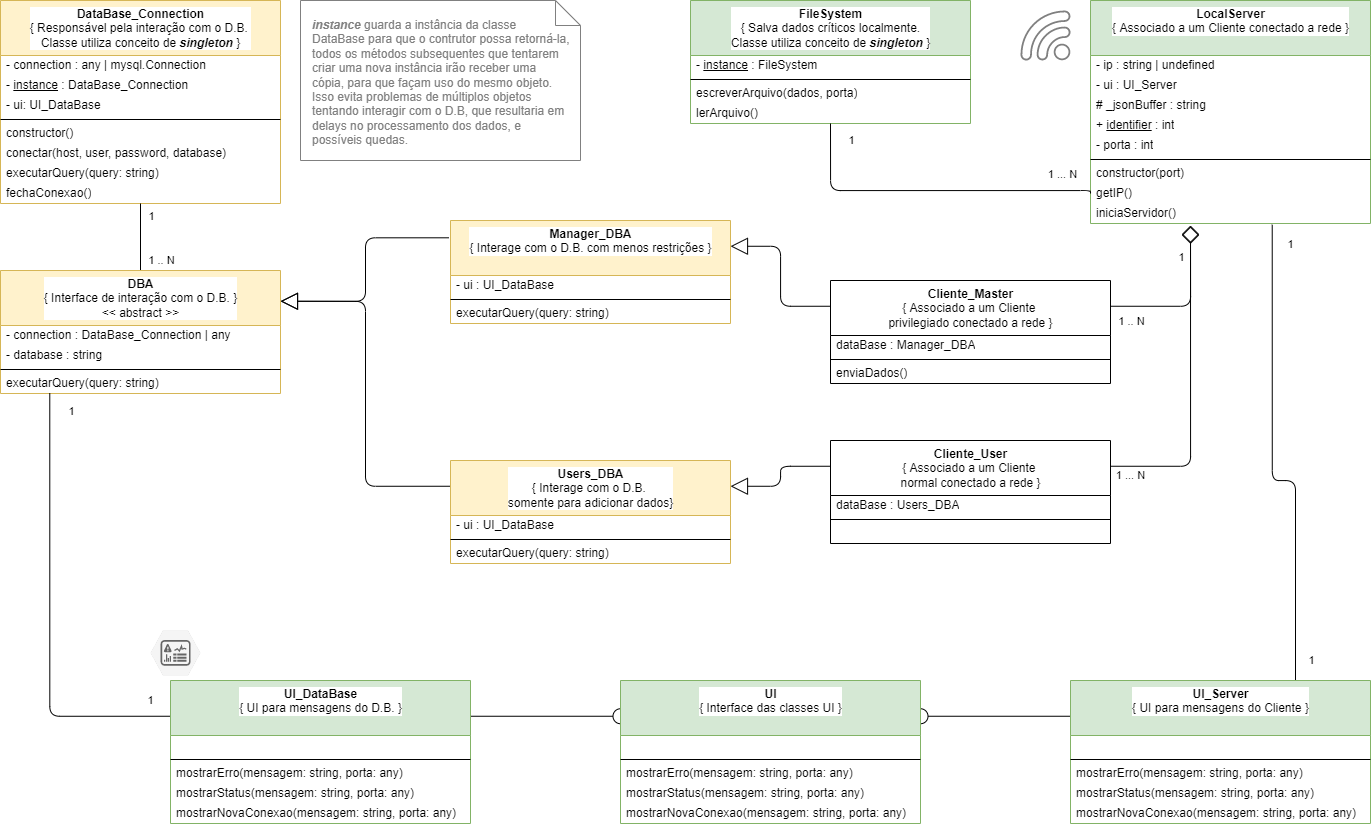
Before: media/MKSENSE.drawio.png, a diagram exported from draw.io (DIEGOVZK/MKSENSE). Source tidied: cells renumbered, new cells last; positions are measured from the earlier drawing's top-left corner, leaving out a move shared by most shapes.
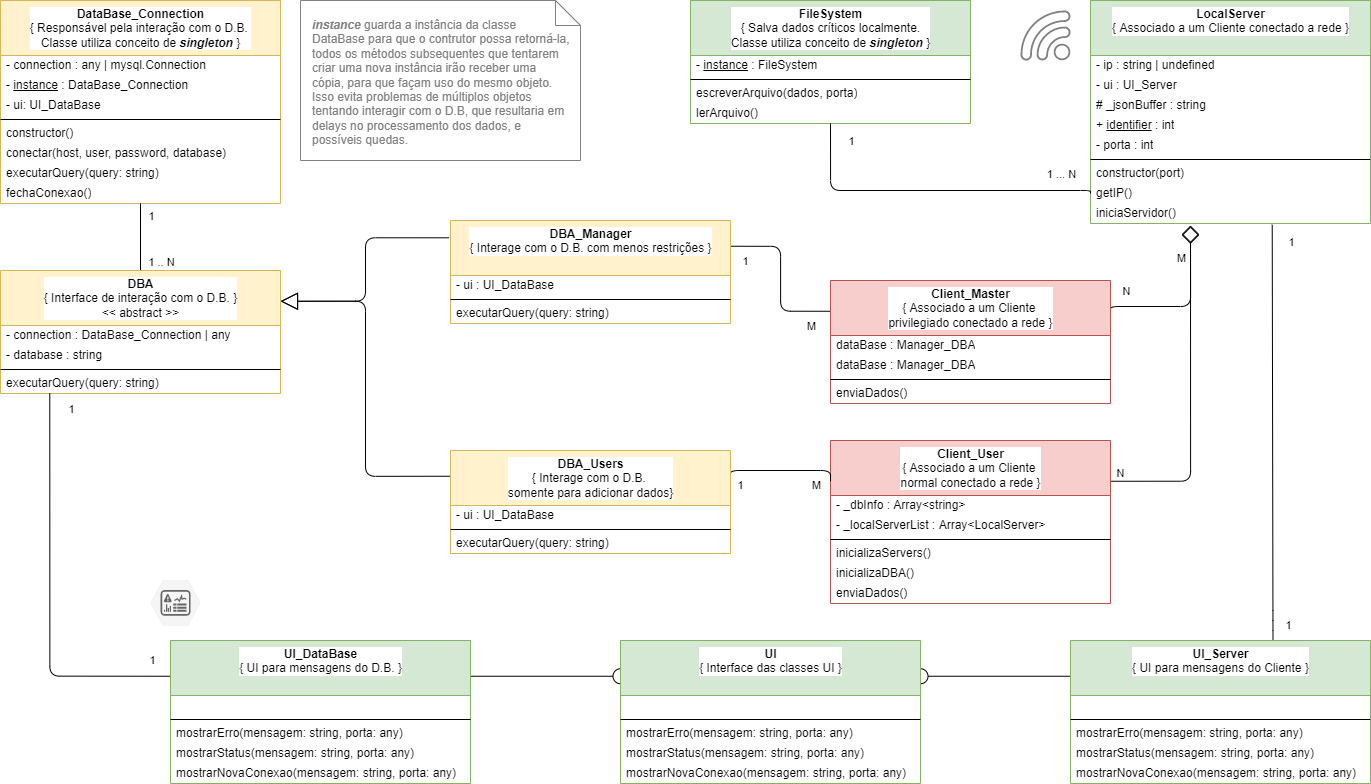
After the change.

Diff of the diagram source:
```diff
@@ -98,18 +98,27 @@
         <mxPoint x="1190" y="225" as="targetPoint" />
       </mxGeometry>
     </mxCell>
-    <mxCell id="32" value="&lt;b&gt;Cliente_User&lt;br&gt;&lt;/b&gt;{ Associado a um Cliente &lt;br&gt;normal conectado a rede }" style="swimlane;fontStyle=0;align=center;verticalAlign=top;horizontal=1;startSize=55;html=1;labelBackgroundColor=#FFFFFF;labelBorderColor=none;" parent="1" vertex="1">
-      <mxGeometry x="830" y="440" width="280" height="103" as="geometry" />
+    <mxCell id="32" value="&lt;b&gt;Client_User&lt;br&gt;&lt;/b&gt;{ Associado a um Cliente &lt;br&gt;normal conectado a rede }" style="swimlane;fontStyle=0;align=center;verticalAlign=top;horizontal=1;startSize=55;html=1;labelBackgroundColor=#FFFFFF;labelBorderColor=none;fillColor=#f8cecc;strokeColor=#b85450;" parent="1" vertex="1">
+      <mxGeometry x="830" y="440" width="280" height="163" as="geometry" />
     </mxCell>
-    <mxCell id="33" value="dataBase : Users_DBA" style="text;html=1;strokeColor=none;fillColor=none;align=left;verticalAlign=middle;spacingLeft=4;spacingRight=4;overflow=hidden;labelBackgroundColor=#FFFFFF;labelBorderColor=none;" parent="32" vertex="1">
+    <mxCell id="33" value="- _dbInfo : Array&amp;lt;string&amp;gt;" style="text;html=1;strokeColor=none;fillColor=none;align=left;verticalAlign=middle;spacingLeft=4;spacingRight=4;overflow=hidden;labelBackgroundColor=#FFFFFF;labelBorderColor=none;" parent="32" vertex="1">
       <mxGeometry y="55" width="280" height="20" as="geometry" />
     </mxCell>
+    <mxCell id="91" value="- _localServerList : Array&amp;lt;LocalServer&amp;gt;" style="text;html=1;strokeColor=none;fillColor=none;align=left;verticalAlign=middle;spacingLeft=4;spacingRight=4;overflow=hidden;labelBackgroundColor=#FFFFFF;labelBorderColor=none;" parent="32" vertex="1">
+      <mxGeometry y="75" width="280" height="20" as="geometry" />
+    </mxCell>
     <mxCell id="34" style="line;strokeWidth=1;fillColor=none;align=left;verticalAlign=middle;spacingTop=-1;spacingLeft=3;spacingRight=3;labelPosition=right;labelBackgroundColor=#FFFFFF;labelBorderColor=none;" parent="32" vertex="1">
-      <mxGeometry y="75" width="280" height="8" as="geometry" />
+      <mxGeometry y="95" width="280" height="8" as="geometry" />
     </mxCell>
+    <mxCell id="92" value="inicializaServers()" style="text;html=1;strokeColor=none;fillColor=none;align=left;verticalAlign=middle;spacingLeft=4;spacingRight=4;overflow=hidden;labelBackgroundColor=#FFFFFF;labelBorderColor=none;" parent="32" vertex="1">
+      <mxGeometry y="103" width="280" height="20" as="geometry" />
+    </mxCell>
-    <mxCell id="35" value="&amp;nbsp;" style="text;html=1;strokeColor=none;fillColor=none;align=left;verticalAlign=middle;spacingLeft=4;spacingRight=4;overflow=hidden;labelBackgroundColor=#FFFFFF;labelBorderColor=none;" parent="32" vertex="1">
-      <mxGeometry y="83" width="280" height="20" as="geometry" />
+    <mxCell id="35" value="inicializaDBA()" style="text;html=1;strokeColor=none;fillColor=none;align=left;verticalAlign=middle;spacingLeft=4;spacingRight=4;overflow=hidden;labelBackgroundColor=#FFFFFF;labelBorderColor=none;" parent="32" vertex="1">
+      <mxGeometry y="123" width="280" height="20" as="geometry" />
     </mxCell>
+    <mxCell id="93" value="enviaDados()" style="text;html=1;strokeColor=none;fillColor=none;align=left;verticalAlign=middle;spacingLeft=4;spacingRight=4;overflow=hidden;labelBackgroundColor=#FFFFFF;labelBorderColor=none;" parent="32" vertex="1">
+      <mxGeometry y="143" width="280" height="20" as="geometry" />
+    </mxCell>
     <mxCell id="36" value="&lt;i&gt;&lt;b&gt;instance &lt;/b&gt;&lt;/i&gt;guarda a instância da classe DataBase para que o contrutor possa retorná-la, todos os métodos subsequentes que tentarem criar uma nova instância irão receber uma cópia, para que façam uso do mesmo objeto.&lt;br&gt;Isso evita problemas de múltiplos objetos tentando interagir com o D.B, que resultaria em delays no processamento dos dados, e possíveis quedas." style="shape=note2;boundedLbl=1;whiteSpace=wrap;html=1;size=25;verticalAlign=top;align=left;fontColor=#808080;strokeColor=#808080;spacingBottom=7;spacingRight=10;spacingLeft=10;spacingTop=-14;labelBackgroundColor=none;labelBorderColor=none;fillColor=none;" parent="1" vertex="1">
       <mxGeometry x="300" width="280" height="160" as="geometry" />
     </mxCell>
@@ -120,7 +129,7 @@
       <mxGeometry relative="1" as="geometry" />
     </mxCell>
     <mxCell id="39" value="&lt;b&gt;UI&lt;br&gt;&lt;/b&gt;{ Interface das classes UI }" style="swimlane;fontStyle=0;align=center;verticalAlign=top;horizontal=1;startSize=55;html=1;labelBackgroundColor=#FFFFFF;labelBorderColor=none;fillColor=#d5e8d4;strokeColor=#82b366;" parent="1" vertex="1">
-      <mxGeometry x="620" y="680" width="300" height="143" as="geometry" />
+      <mxGeometry x="620" y="640" width="300" height="143" as="geometry" />
     </mxCell>
     <mxCell id="40" value="&amp;nbsp;" style="text;html=1;strokeColor=none;fillColor=none;align=left;verticalAlign=middle;spacingLeft=4;spacingRight=4;overflow=hidden;labelBackgroundColor=#FFFFFF;labelBorderColor=none;" parent="39" vertex="1">
       <mxGeometry y="55" width="300" height="20" as="geometry" />
@@ -137,11 +146,10 @@
     <mxCell id="44" value="mostrarNovaConexao(mensagem: string, porta: any)" style="text;html=1;strokeColor=none;fillColor=none;align=left;verticalAlign=middle;spacingLeft=4;spacingRight=4;overflow=hidden;labelBackgroundColor=#FFFFFF;labelBorderColor=none;" parent="39" vertex="1">
       <mxGeometry y="123" width="300" height="20" as="geometry" />
     </mxCell>
-    <mxCell id="45" style="edgeStyle=orthogonalEdgeStyle;html=1;exitX=0.75;exitY=0;exitDx=0;exitDy=0;shadow=0;fontColor=#000000;startArrow=none;startFill=0;endArrow=none;endFill=0;startSize=15;endSize=15;sourcePerimeterSpacing=0;targetPerimeterSpacing=1;labelBackgroundColor=#FFFFFF;labelBorderColor=none;entryX=0.649;entryY=1.063;entryDx=0;entryDy=0;entryPerimeter=0;" parent="1" edge="1" source="48" target="30">
+    <mxCell id="45" style="edgeStyle=orthogonalEdgeStyle;html=1;exitX=0.675;exitY=-0.002;exitDx=0;exitDy=0;shadow=0;fontColor=#000000;startArrow=none;startFill=0;endArrow=none;endFill=0;startSize=15;endSize=15;sourcePerimeterSpacing=0;targetPerimeterSpacing=1;labelBackgroundColor=#FFFFFF;labelBorderColor=none;entryX=0.649;entryY=1.063;entryDx=0;entryDy=0;entryPerimeter=0;exitPerimeter=0;" parent="1" edge="1" source="48" target="30">
       <mxGeometry relative="1" as="geometry">
         <Array as="points">
-          <mxPoint x="1295" y="480" />
-          <mxPoint x="1272" y="480" />
+          <mxPoint x="1272" y="620" />
         </Array>
       </mxGeometry>
     </mxCell>
@@ -156,7 +164,7 @@
       </mxGeometry>
     </mxCell>
     <mxCell id="48" value="&lt;b&gt;UI_Server&lt;br&gt;&lt;/b&gt;{ UI para mensagens do Cliente }" style="swimlane;fontStyle=0;align=center;verticalAlign=top;horizontal=1;startSize=55;html=1;labelBackgroundColor=#FFFFFF;labelBorderColor=none;fillColor=#d5e8d4;strokeColor=#82b366;" parent="1" vertex="1">
-      <mxGeometry x="1070" y="680" width="300" height="143" as="geometry" />
+      <mxGeometry x="1070" y="640" width="300" height="143" as="geometry" />
     </mxCell>
     <mxCell id="49" value="&amp;nbsp;" style="text;html=1;strokeColor=none;fillColor=none;align=left;verticalAlign=middle;spacingLeft=4;spacingRight=4;overflow=hidden;labelBackgroundColor=#FFFFFF;labelBorderColor=none;" parent="48" vertex="1">
       <mxGeometry y="55" width="300" height="20" as="geometry" />
@@ -182,7 +190,7 @@
       </mxGeometry>
     </mxCell>
     <mxCell id="56" value="&lt;b&gt;UI_DataBase&lt;br&gt;&lt;/b&gt;{ UI para mensagens do D.B. }" style="swimlane;fontStyle=0;align=center;verticalAlign=top;horizontal=1;startSize=55;html=1;labelBackgroundColor=#FFFFFF;labelBorderColor=none;fillColor=#d5e8d4;strokeColor=#82b366;" parent="1" vertex="1">
-      <mxGeometry x="170" y="680" width="300" height="143" as="geometry" />
+      <mxGeometry x="170" y="640" width="300" height="143" as="geometry" />
     </mxCell>
     <mxCell id="57" value="&amp;nbsp;" style="text;html=1;strokeColor=none;fillColor=none;align=left;verticalAlign=middle;spacingLeft=4;spacingRight=4;overflow=hidden;labelBackgroundColor=#FFFFFF;labelBorderColor=none;" parent="56" vertex="1">
       <mxGeometry y="55" width="300" height="20" as="geometry" />
@@ -203,12 +211,22 @@
       <mxGeometry x="1020" y="10" width="50" height="50" as="geometry" />
     </mxCell>
     <mxCell id="63" style="verticalLabelPosition=bottom;sketch=0;html=1;verticalAlign=top;align=center;shape=mxgraph.cisco_safe.compositeIcon;bgIcon=mxgraph.cisco_safe.design.blank_device;resIcon=mxgraph.cisco_safe.design.mgmt_console;fillColor=#f5f5f5;strokeColor=#666666;fontColor=#333333;labelBackgroundColor=#FFFFFF;labelBorderColor=none;" parent="1" vertex="1">
-      <mxGeometry x="150" y="630" width="50" height="45" as="geometry" />
+      <mxGeometry x="150" y="580" width="50" height="45" as="geometry" />
     </mxCell>
-    <mxCell id="64" style="edgeStyle=orthogonalEdgeStyle;html=1;exitX=1;exitY=0.25;exitDx=0;exitDy=0;entryX=0;entryY=0.25;entryDx=0;entryDy=0;shadow=0;fontColor=#000000;startArrow=block;startFill=0;endArrow=none;endFill=0;startSize=15;endSize=15;sourcePerimeterSpacing=0;targetPerimeterSpacing=1;labelBackgroundColor=#FFFFFF;labelBorderColor=none;" parent="1" edge="1" source="65" target="78">
+    <mxCell id="64" style="edgeStyle=orthogonalEdgeStyle;html=1;exitX=1;exitY=0.25;exitDx=0;exitDy=0;entryX=0;entryY=0.25;entryDx=0;entryDy=0;shadow=0;fontColor=#000000;startArrow=none;startFill=0;endArrow=none;endFill=0;startSize=15;endSize=15;sourcePerimeterSpacing=0;targetPerimeterSpacing=1;labelBackgroundColor=#FFFFFF;labelBorderColor=none;" parent="1" edge="1" source="65" target="78">
       <mxGeometry relative="1" as="geometry" />
     </mxCell>
+    <mxCell id="94" value="1" style="edgeLabel;html=1;align=center;verticalAlign=middle;" parent="64" vertex="1">
+      <mxGeometry x="-0.82" relative="1" as="geometry">
+        <mxPoint y="14" as="offset" />
+      </mxGeometry>
+    </mxCell>
+    <mxCell id="95" value="M" style="edgeLabel;html=1;align=center;verticalAlign=middle;" parent="64" vertex="1">
+      <mxGeometry x="0.77" y="2" relative="1" as="geometry">
+        <mxPoint y="16" as="offset" />
+      </mxGeometry>
+    </mxCell>
-    <mxCell id="65" value="&lt;b&gt;Manager_DBA&lt;/b&gt;&lt;br&gt;{ Interage com o D.B. com menos restrições }" style="swimlane;fontStyle=0;align=center;verticalAlign=top;horizontal=1;startSize=55;html=1;labelBackgroundColor=#FFFFFF;labelBorderColor=none;fillColor=#fff2cc;strokeColor=#d6b656;" parent="1" vertex="1">
+    <mxCell id="65" value="&lt;b&gt;DBA_Manager&lt;/b&gt;&lt;br&gt;{ Interage com o D.B. com menos restrições }" style="swimlane;fontStyle=0;align=center;verticalAlign=top;horizontal=1;startSize=55;html=1;labelBackgroundColor=#FFFFFF;labelBorderColor=none;fillColor=#fff2cc;strokeColor=#d6b656;" parent="1" vertex="1">
       <mxGeometry x="450" y="220" width="280" height="103" as="geometry" />
     </mxCell>
     <mxCell id="66" value="&lt;font&gt;- ui : UI_DataBase&lt;/font&gt;" style="text;html=1;align=left;verticalAlign=middle;spacingLeft=4;spacingRight=4;overflow=hidden;labelBackgroundColor=#FFFFFF;labelBorderColor=none;fontColor=#000000;" parent="65" vertex="1">
@@ -220,11 +238,26 @@
     <mxCell id="68" value="executarQuery(query: string)" style="text;html=1;strokeColor=none;fillColor=none;align=left;verticalAlign=middle;spacingLeft=4;spacingRight=4;overflow=hidden;labelBackgroundColor=#FFFFFF;labelBorderColor=none;" parent="65" vertex="1">
       <mxGeometry y="83" width="280" height="20" as="geometry" />
     </mxCell>
-    <mxCell id="69" style="edgeStyle=orthogonalEdgeStyle;html=1;exitX=1;exitY=0.25;exitDx=0;exitDy=0;entryX=0;entryY=0.25;entryDx=0;entryDy=0;shadow=0;fontColor=#000000;startArrow=block;startFill=0;endArrow=none;endFill=0;startSize=15;endSize=15;sourcePerimeterSpacing=0;targetPerimeterSpacing=1;labelBackgroundColor=#FFFFFF;labelBorderColor=none;" parent="1" edge="1" source="70" target="32">
-      <mxGeometry relative="1" as="geometry" />
+    <mxCell id="69" style="edgeStyle=orthogonalEdgeStyle;html=1;exitX=1;exitY=0.25;exitDx=0;exitDy=0;entryX=0;entryY=0.25;entryDx=0;entryDy=0;shadow=0;fontColor=#000000;startArrow=none;startFill=0;endArrow=none;endFill=0;startSize=15;endSize=15;sourcePerimeterSpacing=0;targetPerimeterSpacing=1;labelBackgroundColor=#FFFFFF;labelBorderColor=none;" parent="1" edge="1" source="70" target="32">
+      <mxGeometry relative="1" as="geometry">
+        <Array as="points">
+          <mxPoint x="730" y="470" />
+          <mxPoint x="830" y="470" />
+        </Array>
+      </mxGeometry>
     </mxCell>
+    <mxCell id="96" value="1" style="edgeLabel;html=1;align=center;verticalAlign=middle;" parent="69" vertex="1">
+      <mxGeometry x="-0.75" y="2" relative="1" as="geometry">
+        <mxPoint y="16" as="offset" />
+      </mxGeometry>
+    </mxCell>
+    <mxCell id="97" value="M" style="edgeLabel;html=1;align=center;verticalAlign=middle;" parent="69" vertex="1">
+      <mxGeometry x="0.7" y="1" relative="1" as="geometry">
+        <mxPoint x="-7" y="15" as="offset" />
+      </mxGeometry>
+    </mxCell>
-    <mxCell id="70" value="&lt;b&gt;Users_DBA&lt;/b&gt;&lt;br&gt;{ Interage com o D.B. &lt;br&gt;somente para adicionar dados}" style="swimlane;fontStyle=0;align=center;verticalAlign=top;horizontal=1;startSize=55;html=1;labelBackgroundColor=#FFFFFF;labelBorderColor=none;fillColor=#fff2cc;strokeColor=#d6b656;" parent="1" vertex="1">
-      <mxGeometry x="450" y="460" width="280" height="103" as="geometry" />
+    <mxCell id="70" value="&lt;b&gt;DBA_Users&lt;/b&gt;&lt;br&gt;{ Interage com o D.B. &lt;br&gt;somente para adicionar dados}" style="swimlane;fontStyle=0;align=center;verticalAlign=top;horizontal=1;startSize=55;html=1;labelBackgroundColor=#FFFFFF;labelBorderColor=none;fillColor=#fff2cc;strokeColor=#d6b656;" parent="1" vertex="1">
+      <mxGeometry x="450" y="450" width="280" height="103" as="geometry" />
     </mxCell>
     <mxCell id="71" value="&lt;font&gt;- ui : UI_DataBase&lt;/font&gt;" style="text;html=1;align=left;verticalAlign=middle;spacingLeft=4;spacingRight=4;overflow=hidden;labelBackgroundColor=#FFFFFF;labelBorderColor=none;fontColor=#000000;" parent="70" vertex="1">
       <mxGeometry y="55" width="280" height="20" as="geometry" />
@@ -248,30 +281,33 @@
         <mxPoint x="-39" y="-6" as="offset" />
       </mxGeometry>
     </mxCell>
-    <mxCell id="76" value="1" style="edgeLabel;html=1;align=center;verticalAlign=middle;fontColor=#000000;labelBackgroundColor=#FFFFFF;labelBorderColor=none;" parent="74" vertex="1">
+    <mxCell id="76" value="M" style="edgeLabel;html=1;align=center;verticalAlign=middle;fontColor=#000000;labelBackgroundColor=#FFFFFF;labelBorderColor=none;" parent="74" vertex="1">
       <mxGeometry x="0.88" y="2" relative="1" as="geometry">
         <mxPoint x="-8" y="21" as="offset" />
       </mxGeometry>
     </mxCell>
-    <mxCell id="77" value="1 .. N" style="edgeLabel;html=1;align=center;verticalAlign=middle;fontColor=#000000;labelBackgroundColor=#FFFFFF;labelBorderColor=none;" parent="74" vertex="1">
+    <mxCell id="77" value="N" style="edgeLabel;html=1;align=center;verticalAlign=middle;fontColor=#000000;labelBackgroundColor=#FFFFFF;labelBorderColor=none;" parent="74" vertex="1">
       <mxGeometry x="-0.76" y="2" relative="1" as="geometry">
-        <mxPoint y="16" as="offset" />
+        <mxPoint y="-14" as="offset" />
       </mxGeometry>
     </mxCell>
-    <mxCell id="78" value="&lt;b&gt;Cliente_Master&lt;br&gt;&lt;/b&gt;{ Associado a um Cliente &lt;br&gt;privilegiado conectado a rede }" style="swimlane;fontStyle=0;align=center;verticalAlign=top;horizontal=1;startSize=55;html=1;labelBackgroundColor=#FFFFFF;labelBorderColor=none;" parent="1" vertex="1">
-      <mxGeometry x="830" y="280" width="280" height="103" as="geometry" />
+    <mxCell id="78" value="&lt;b&gt;Client_Master&lt;br&gt;&lt;/b&gt;{ Associado a um Cliente &lt;br&gt;privilegiado conectado a rede }" style="swimlane;fontStyle=0;align=center;verticalAlign=top;horizontal=1;startSize=55;html=1;labelBackgroundColor=#FFFFFF;labelBorderColor=none;fillColor=#f8cecc;strokeColor=#b85450;" parent="1" vertex="1">
+      <mxGeometry x="830" y="280" width="280" height="123" as="geometry" />
     </mxCell>
+    <mxCell id="98" value="dataBase : Manager_DBA" style="text;html=1;strokeColor=none;fillColor=none;align=left;verticalAlign=middle;spacingLeft=4;spacingRight=4;overflow=hidden;labelBackgroundColor=#FFFFFF;labelBorderColor=none;" parent="78" vertex="1">
+      <mxGeometry y="55" width="280" height="20" as="geometry" />
+    </mxCell>
     <mxCell id="79" value="dataBase : Manager_DBA" style="text;html=1;strokeColor=none;fillColor=none;align=left;verticalAlign=middle;spacingLeft=4;spacingRight=4;overflow=hidden;labelBackgroundColor=#FFFFFF;labelBorderColor=none;" parent="78" vertex="1">
-      <mxGeometry y="55" width="280" height="20" as="geometry" />
+      <mxGeometry y="75" width="280" height="20" as="geometry" />
     </mxCell>
     <mxCell id="80" style="line;strokeWidth=1;fillColor=none;align=left;verticalAlign=middle;spacingTop=-1;spacingLeft=3;spacingRight=3;labelPosition=right;labelBackgroundColor=#FFFFFF;labelBorderColor=none;" parent="78" vertex="1">
-      <mxGeometry y="75" width="280" height="8" as="geometry" />
+      <mxGeometry y="95" width="280" height="8" as="geometry" />
     </mxCell>
     <mxCell id="81" value="enviaDados()" style="text;html=1;strokeColor=none;fillColor=none;align=left;verticalAlign=middle;spacingLeft=4;spacingRight=4;overflow=hidden;labelBackgroundColor=#FFFFFF;labelBorderColor=none;" parent="78" vertex="1">
-      <mxGeometry y="83" width="280" height="20" as="geometry" />
+      <mxGeometry y="103" width="280" height="20" as="geometry" />
     </mxCell>
-    <mxCell id="82" value="1 ... N" style="edgeLabel;html=1;align=center;verticalAlign=middle;fontColor=#000000;labelBackgroundColor=#FFFFFF;labelBorderColor=none;" parent="1" vertex="1">
-      <mxGeometry x="1140" y="321.5" as="geometry">
+    <mxCell id="82" value="N" style="edgeLabel;html=1;align=center;verticalAlign=middle;fontColor=#000000;labelBackgroundColor=#FFFFFF;labelBorderColor=none;" parent="1" vertex="1">
+      <mxGeometry x="1130" y="319" as="geometry">
         <mxPoint x="-11" y="153" as="offset" />
       </mxGeometry>
     </mxCell>
```
